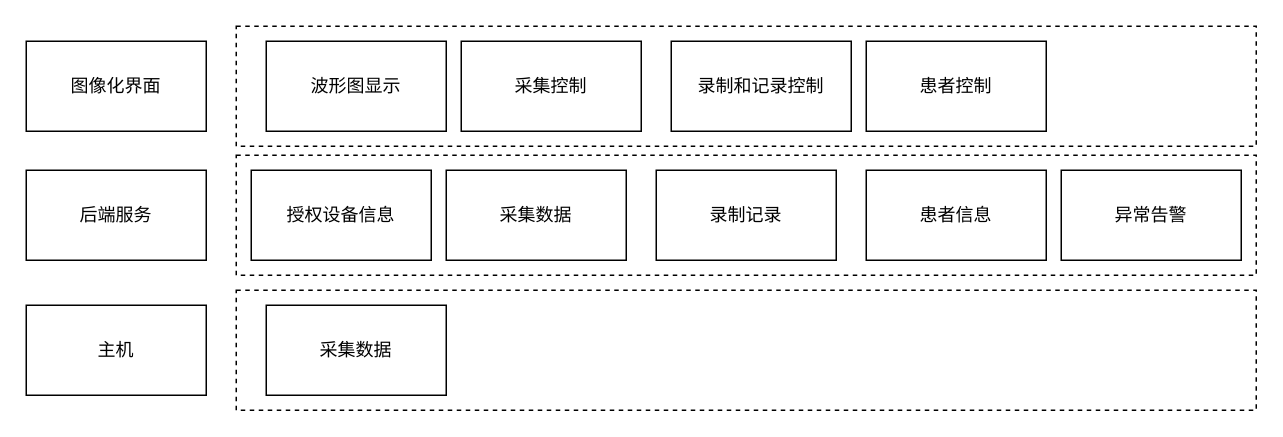
Above: 概念设计-关键数据结构.drawio in yz360307/draw (draw.io), before the change. Source tidied: cells renumbered, new cells numbered last; positions are measured from the earlier drawing's top-left corner, leaving out a move shared by most shapes. Both pictures are drawn from the tidied source at 150%, with x=0, y=0 at pixel (26, 26).
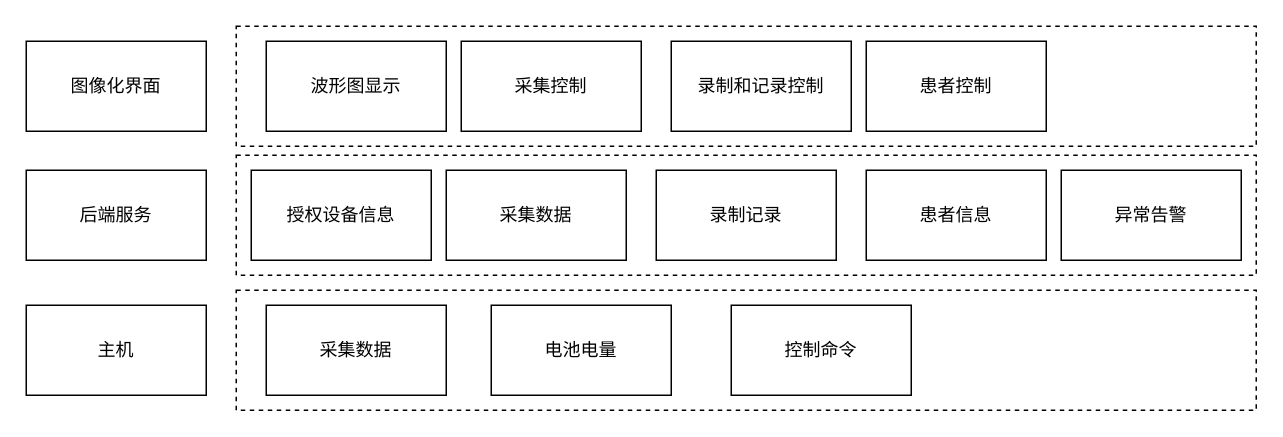
The same diagram, later.

Commit message:
更新概念设计-关键数据结构.drawio

What changed in the source:
```diff
@@
 <mxGraphModel>
   <root>
     <mxCell id="0" />
     <mxCell id="1" parent="0" />
     <mxCell id="2" style="rounded=0;whiteSpace=wrap;html=1;dashed=1;" parent="1" vertex="1">
       <mxGeometry x="140" y="86" width="680" height="80" as="geometry" />
     </mxCell>
     <mxCell id="3" style="rounded=0;whiteSpace=wrap;html=1;dashed=1;" parent="1" vertex="1">
       <mxGeometry x="140" width="680" height="80" as="geometry" />
     </mxCell>
     <mxCell id="4" value="图像化界面" style="rounded=0;whiteSpace=wrap;html=1;" parent="1" vertex="1">
       <mxGeometry y="10" width="120" height="60" as="geometry" />
     </mxCell>
     <mxCell id="5" value="后端服务" style="rounded=0;whiteSpace=wrap;html=1;" parent="1" vertex="1">
       <mxGeometry y="96" width="120" height="60" as="geometry" />
     </mxCell>
     <mxCell id="6" value="主机" style="rounded=0;whiteSpace=wrap;html=1;" parent="1" vertex="1">
       <mxGeometry y="186" width="120" height="60" as="geometry" />
     </mxCell>
     <mxCell id="7" value="授权设备信息" style="rounded=0;whiteSpace=wrap;html=1;" parent="1" vertex="1">
       <mxGeometry x="150" y="96" width="120" height="60" as="geometry" />
     </mxCell>
     <mxCell id="8" value="采集数据" style="rounded=0;whiteSpace=wrap;html=1;" parent="1" vertex="1">
       <mxGeometry x="280" y="96" width="120" height="60" as="geometry" />
     </mxCell>
     <mxCell id="9" value="录制记录" style="rounded=0;whiteSpace=wrap;html=1;" parent="1" vertex="1">
       <mxGeometry x="420" y="96" width="120" height="60" as="geometry" />
     </mxCell>
     <mxCell id="10" value="患者信息" style="rounded=0;whiteSpace=wrap;html=1;" parent="1" vertex="1">
       <mxGeometry x="560" y="96" width="120" height="60" as="geometry" />
     </mxCell>
     <mxCell id="11" value="异常告警" style="rounded=0;whiteSpace=wrap;html=1;" parent="1" vertex="1">
       <mxGeometry x="690" y="96" width="120" height="60" as="geometry" />
     </mxCell>
     <mxCell id="12" value="波形图显示" style="rounded=0;whiteSpace=wrap;html=1;" parent="1" vertex="1">
       <mxGeometry x="160" y="10" width="120" height="60" as="geometry" />
     </mxCell>
     <mxCell id="13" style="rounded=0;whiteSpace=wrap;html=1;dashed=1;" parent="1" vertex="1">
       <mxGeometry x="140" y="176" width="680" height="80" as="geometry" />
     </mxCell>
     <mxCell id="14" value="采集数据" style="rounded=0;whiteSpace=wrap;html=1;" parent="1" vertex="1">
       <mxGeometry x="160" y="186" width="120" height="60" as="geometry" />
     </mxCell>
     <mxCell id="15" value="采集控制" style="rounded=0;whiteSpace=wrap;html=1;" parent="1" vertex="1">
       <mxGeometry x="290" y="10" width="120" height="60" as="geometry" />
     </mxCell>
     <mxCell id="16" value="录制和记录控制" style="rounded=0;whiteSpace=wrap;html=1;" parent="1" vertex="1">
       <mxGeometry x="430" y="10" width="120" height="60" as="geometry" />
     </mxCell>
     <mxCell id="17" value="患者控制" style="rounded=0;whiteSpace=wrap;html=1;" parent="1" vertex="1">
       <mxGeometry x="560" y="10" width="120" height="60" as="geometry" />
     </mxCell>
+    <mxCell id="18" value="电池电量" style="rounded=0;whiteSpace=wrap;html=1;" parent="1" vertex="1">
+      <mxGeometry x="310" y="186" width="120" height="60" as="geometry" />
+    </mxCell>
+    <mxCell id="19" value="控制命令" style="rounded=0;whiteSpace=wrap;html=1;" parent="1" vertex="1">
+      <mxGeometry x="470" y="186" width="120" height="60" as="geometry" />
+    </mxCell>
   </root>
 </mxGraphModel>
```
